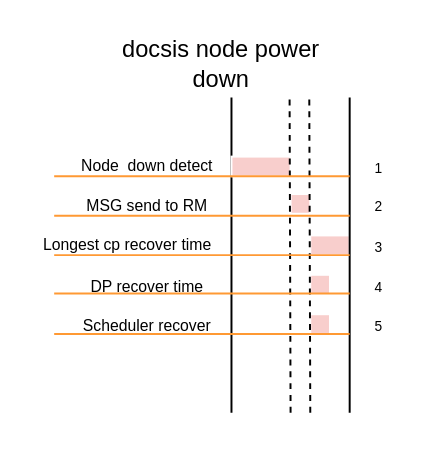
The draw.io diagram page "Page-2" (2 of 4) of resilience.drawio in zhangwm1987/mydraw_io, before the edit. Source tidied: cells renumbered, new cells numbered last; positions are measured from the earlier drawing's top-left corner, leaving out a move shared by most shapes. Both pictures are drawn from the tidied source at 197%, with x=0, y=0 at pixel (33, 37).
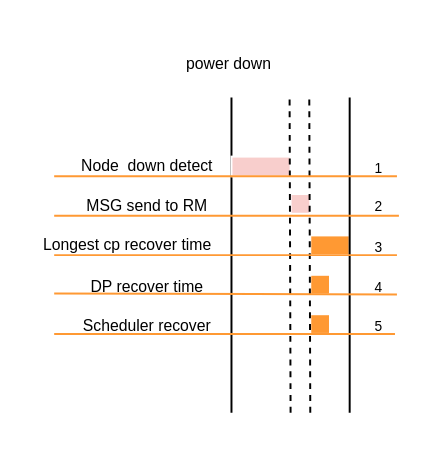
The same page after the edit.

Diff of the diagram source:
```diff
@@
-    <mxCell id="3" value="docsis node power down" style="text;html=1;strokeColor=none;fillColor=none;align=center;verticalAlign=middle;whiteSpace=wrap;rounded=0;" parent="1" vertex="1">
-      <mxGeometry x="40" width="110" height="25" as="geometry" />
+    <mxCell id="3" value="&lt;font style=&quot;font-size: 8px&quot;&gt;power down&lt;/font&gt;" style="text;html=1;strokeColor=none;fillColor=none;align=center;verticalAlign=middle;whiteSpace=wrap;rounded=0;" parent="1" vertex="1">
+      <mxGeometry x="72" y="2" width="54" height="20" as="geometry" />
     </mxCell>
@@
-    <mxCell id="11" style="rounded=0;whiteSpace=wrap;html=1;fillColor=#f8cecc;strokeColor=#FFFFFF;" parent="1" vertex="1">
+    <mxCell id="11" style="rounded=0;whiteSpace=wrap;html=1;fillColor=#FF9933;strokeColor=#FFFFFF;" parent="1" vertex="1">
       <mxGeometry x="140" y="100" width="20" height="10" as="geometry" />
     </mxCell>
-    <mxCell id="12" style="rounded=0;whiteSpace=wrap;html=1;fillColor=#f8cecc;strokeColor=#FFFFFF;" parent="1" vertex="1">
+    <mxCell id="12" style="rounded=0;whiteSpace=wrap;html=1;fillColor=#FF9933;strokeColor=#FFFFFF;" parent="1" vertex="1">
       <mxGeometry x="140" y="120" width="10" height="10" as="geometry" />
     </mxCell>
-    <mxCell id="13" style="rounded=0;whiteSpace=wrap;html=1;fillColor=#f8cecc;strokeColor=#FFFFFF;" parent="1" vertex="1">
+    <mxCell id="13" style="rounded=0;whiteSpace=wrap;html=1;fillColor=#FF9933;strokeColor=#FFFFFF;" parent="1" vertex="1">
       <mxGeometry x="140" y="140" width="10" height="10" as="geometry" />
     </mxCell>
@@
     <mxCell id="17" style="endArrow=none;html=1;strokeColor=#FF9933;" parent="1" edge="1">
       <mxGeometry relative="1" as="geometry">
         <mxPoint x="10" y="150" as="sourcePoint" />
-        <mxPoint x="160" y="150" as="targetPoint" />
+        <mxPoint x="183" y="150" as="targetPoint" />
       </mxGeometry>
     </mxCell>
     <mxCell id="18" style="endArrow=none;html=1;strokeColor=#FF9933;" parent="1" edge="1">
       <mxGeometry relative="1" as="geometry">
         <mxPoint x="10" y="129.5" as="sourcePoint" />
-        <mxPoint x="160" y="129.5" as="targetPoint" />
+        <mxPoint x="184" y="130" as="targetPoint" />
       </mxGeometry>
     </mxCell>
     <mxCell id="19" style="endArrow=none;html=1;strokeColor=#FF9933;" parent="1" edge="1">
       <mxGeometry relative="1" as="geometry">
         <mxPoint x="10" y="110" as="sourcePoint" />
-        <mxPoint x="160" y="110" as="targetPoint" />
+        <mxPoint x="184" y="110" as="targetPoint" />
       </mxGeometry>
     </mxCell>
     <mxCell id="20" style="endArrow=none;html=1;strokeColor=#FF9933;" parent="1" edge="1">
       <mxGeometry relative="1" as="geometry">
         <mxPoint x="10" y="90" as="sourcePoint" />
-        <mxPoint x="160" y="90" as="targetPoint" />
+        <mxPoint x="185" y="90" as="targetPoint" />
       </mxGeometry>
     </mxCell>
     <mxCell id="21" style="endArrow=none;html=1;strokeColor=#FF9933;" parent="1" edge="1">
       <mxGeometry relative="1" as="geometry">
         <mxPoint x="10" y="70" as="sourcePoint" />
-        <mxPoint x="160" y="70" as="targetPoint" />
+        <mxPoint x="184" y="70" as="targetPoint" />
       </mxGeometry>
     </mxCell>
```
